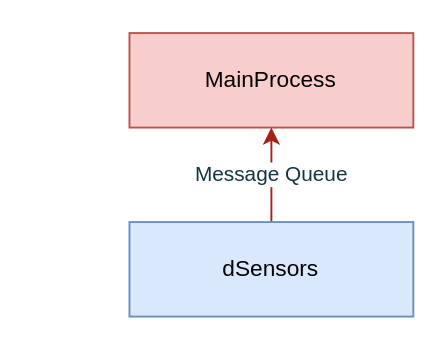
Above: page "Overview" (1 of 5) of documentation/flowcharts/LS/LSThreads.drawio in ESRGgroup9/slipad (draw.io), before the change. Source tidied: cells renumbered, new cells numbered last; positions are measured from the earlier drawing's top-left corner, leaving out a move shared by most shapes. Both pictures are drawn from the tidied source at 189%, with x=0, y=0 at pixel (129, 32).
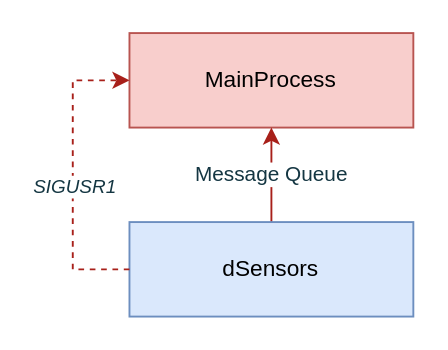
The same diagram, later.

Change to the diagram source:
```diff
@@
 <mxGraphModel>
   <root>
     <mxCell id="0" />
     <mxCell id="1" parent="0" />
     <mxCell id="2" value="MainProcess" style="rounded=0;whiteSpace=wrap;html=1;sketch=0;strokeColor=#b85450;fillColor=#f8cecc;" parent="1" vertex="1">
       <mxGeometry width="150.2" height="50" as="geometry" />
     </mxCell>
     <mxCell id="3" value="Message Queue" style="edgeStyle=orthogonalEdgeStyle;curved=0;rounded=1;sketch=0;jettySize=auto;html=1;fontColor=#143642;strokeColor=#A8201A;fillColor=#FAE5C7;" parent="1" edge="1" source="4" target="2">
       <mxGeometry relative="1" as="geometry" />
     </mxCell>
     <mxCell id="4" value="dSensors" style="rounded=0;whiteSpace=wrap;html=1;sketch=0;strokeColor=#6c8ebf;fillColor=#dae8fc;" parent="1" vertex="1">
       <mxGeometry y="100" width="150.2" height="50" as="geometry" />
     </mxCell>
+    <mxCell id="5" style="endArrow=classic;dashed=1;html=1;rounded=0;sketch=0;fontSize=10;fontColor=#143642;strokeColor=#A8201A;fillColor=#FAE5C7;exitX=0;exitY=0.5;exitDx=0;exitDy=0;entryX=0;entryY=0.5;entryDx=0;entryDy=0;edgeStyle=orthogonalEdgeStyle;endFill=1;" parent="1" edge="1" source="4" target="2">
+      <mxGeometry relative="1" as="geometry">
+        <Array as="points">
+          <mxPoint x="-30" y="125" />
+          <mxPoint x="-30" y="25" />
+        </Array>
+      </mxGeometry>
+    </mxCell>
+    <mxCell id="6" value="SIGUSR1" style="edgeLabel;html=1;align=center;verticalAlign=middle;fontSize=10;fontColor=#143642;fontStyle=2;" parent="5" vertex="1">
+      <mxGeometry x="0.33" y="1" relative="1" as="geometry">
+        <mxPoint x="1" y="31" as="offset" />
+      </mxGeometry>
+    </mxCell>
   </root>
 </mxGraphModel>
```
